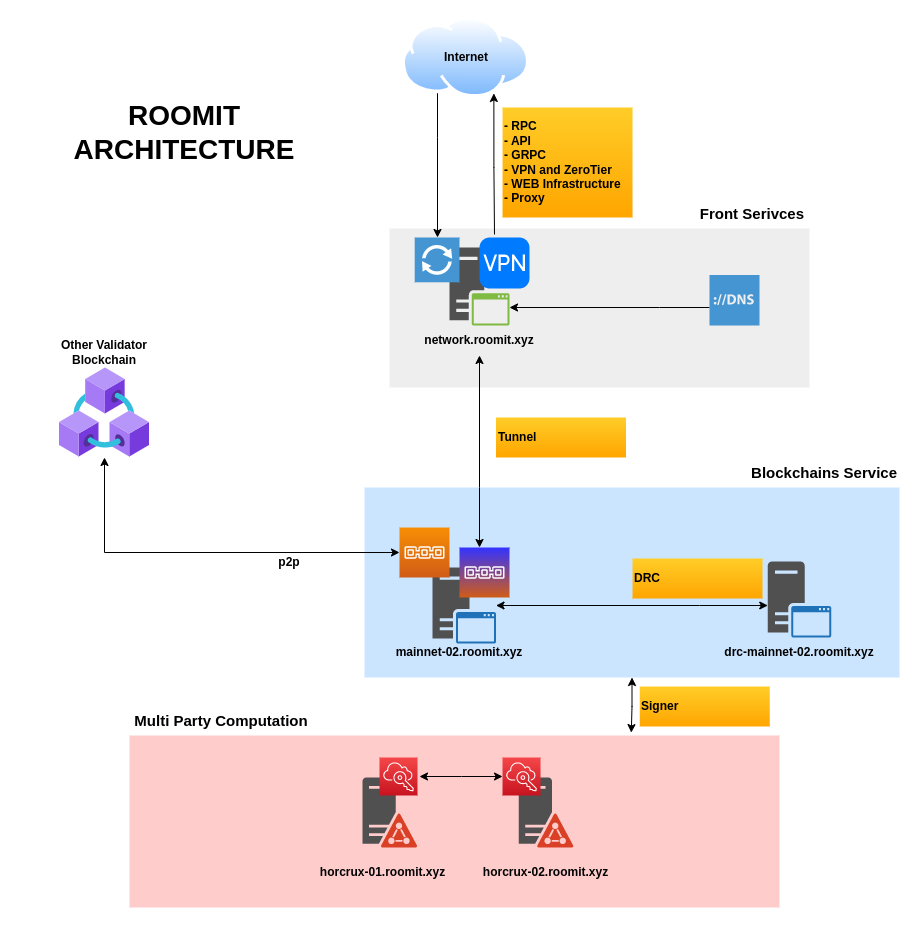
Above: img/powered/RoomIT-Network.png in roomit-xyz/stake.roomit.xyz (draw.io), before the change. Source tidied: cells renumbered, new cells last; positions are measured from the earlier drawing's top-left corner, leaving out a move shared by most shapes.
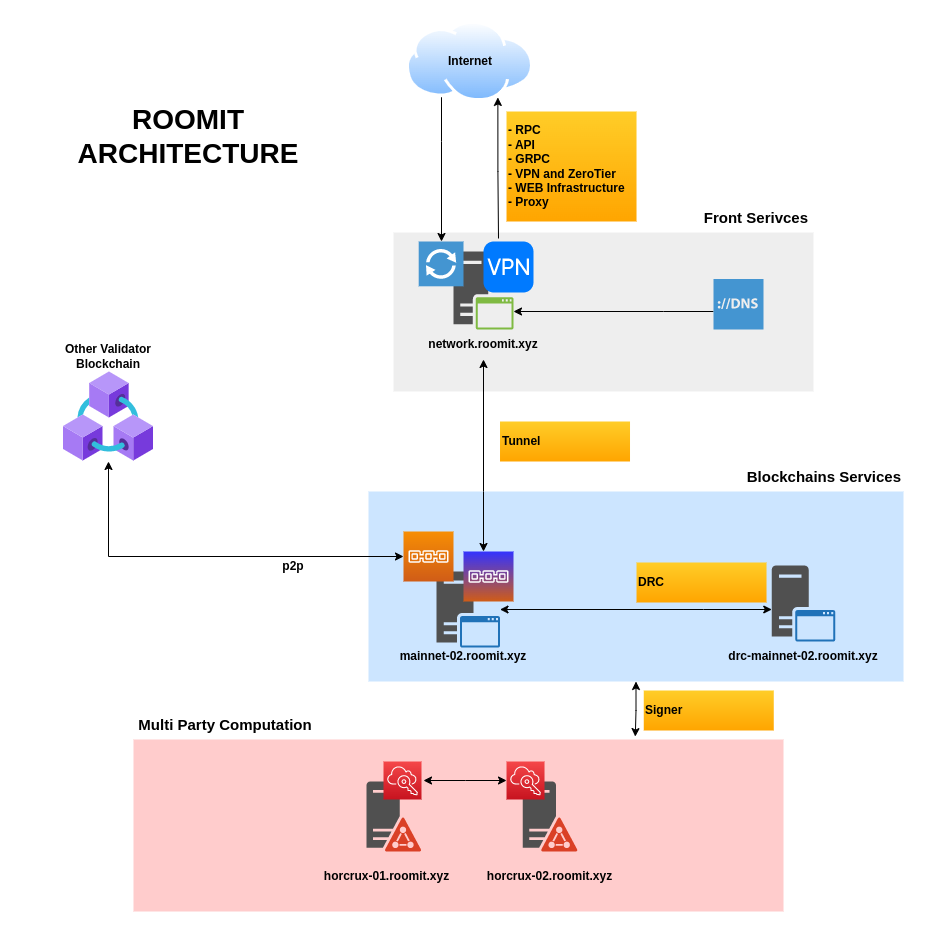
After the commit.

Commit message:
Change DIagram Infrastructure

What changed in the source:
```diff
@@ -147,7 +147,7 @@
     <mxCell id="42" value="Tunnel" style="whiteSpace=wrap;html=1;fillColor=#ffcd28;gradientColor=#ffa500;strokeColor=none;align=left;fontStyle=1;" parent="1" vertex="1">
       <mxGeometry x="476.5" y="400" width="130" height="40" as="geometry" />
     </mxCell>
-    <mxCell id="43" value="Blockchains Service" style="text;html=1;strokeColor=none;fillColor=none;align=right;verticalAlign=middle;whiteSpace=wrap;rounded=0;fontStyle=1;fontSize=15;" parent="1" vertex="1">
+    <mxCell id="43" value="Blockchains Services" style="text;html=1;strokeColor=none;fillColor=none;align=right;verticalAlign=middle;whiteSpace=wrap;rounded=0;fontStyle=1;fontSize=15;" parent="1" vertex="1">
       <mxGeometry x="690" y="440" width="190" height="30" as="geometry" />
     </mxCell>
   </root>
```
